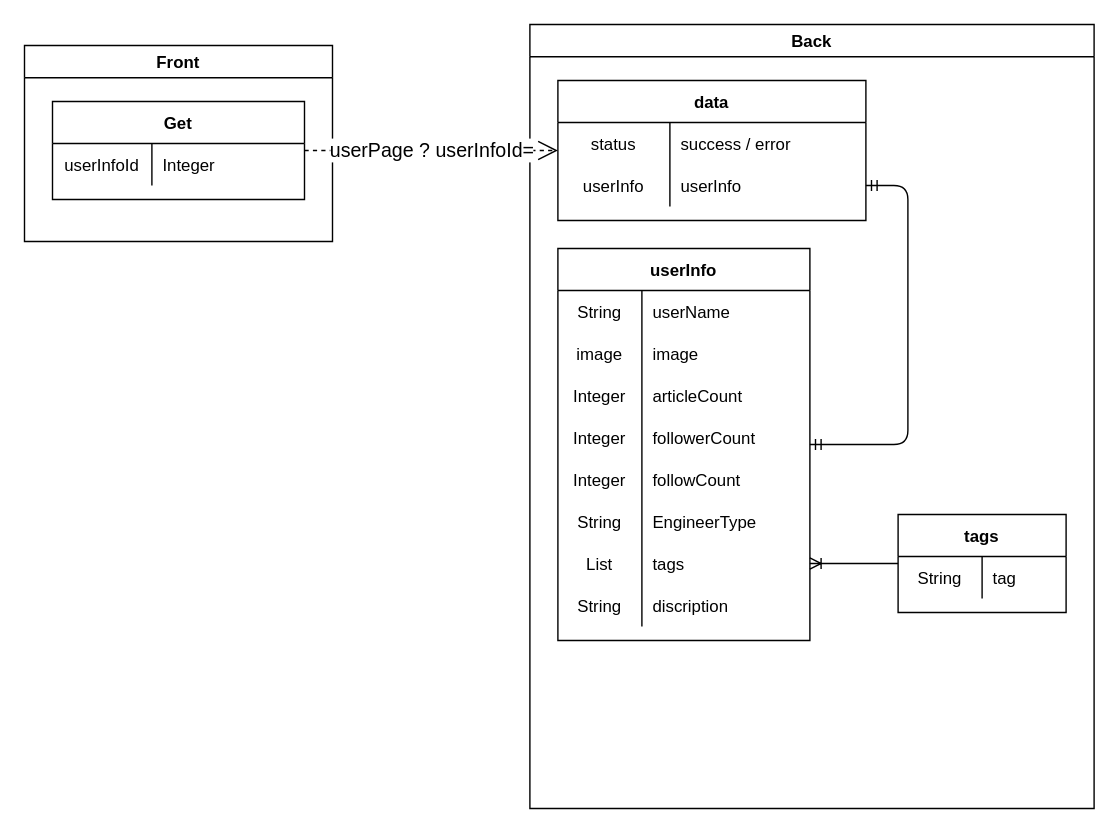
Above: page "マイページ表示" (4 of 17) of Designs/基本設計.drawio in yusuke-rakus/Qiish (draw.io), before the change. Source tidied: cells renumbered, new cells numbered last; positions are measured from the earlier drawing's top-left corner, leaving out a move shared by most shapes. Both pictures are drawn from the tidied source at 140%, with x=0, y=0 at pixel (24, 24).
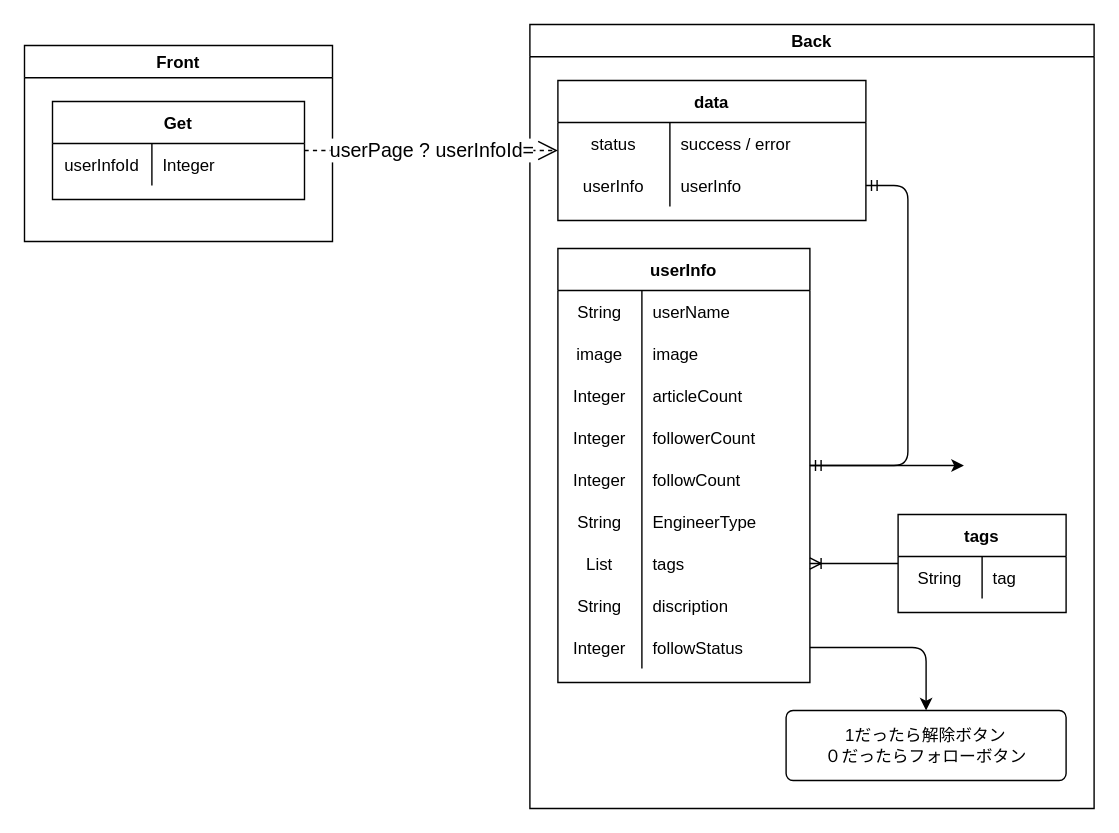
The same page after the edit.

The change refers to these unchanged cells:
```xml
<mxCell id="7" value="Back" style="swimlane;" parent="1" vertex="1">
  <mxGeometry x="361" width="403" height="560" as="geometry" />
</mxCell>
```

The edit, as a diff of the source:
```diff
@@
     <mxCell id="15" value="userInfo" style="shape=table;startSize=30;childLayout=tableLayout;rowLines=0;fontStyle=1;align=center;" parent="7" vertex="1">
-      <mxGeometry x="20" y="160" width="180" height="280" as="geometry" />
+      <mxGeometry x="20" y="160" width="180" height="310" as="geometry" />
     </mxCell>
@@
+    <mxCell id="47" style="shape=partialRectangle;fillColor=none;top=0;left=0;bottom=0;right=0;points=[[0,0.5],[1,0.5]];portConstraint=eastwest;" parent="15" vertex="1">
+      <mxGeometry y="270" width="180" height="30" as="geometry" />
+    </mxCell>
+    <mxCell id="48" value="Integer" style="shape=partialRectangle;fillColor=none;top=0;left=0;bottom=0;right=0;overflow=hidden;" parent="47" vertex="1">
+      <mxGeometry width="60" height="30" as="geometry" />
+    </mxCell>
+    <mxCell id="49" value="followStatus" style="shape=partialRectangle;fillColor=none;top=0;left=0;bottom=0;right=0;align=left;spacingLeft=6;overflow=hidden;" parent="47" vertex="1">
+      <mxGeometry x="60" width="120" height="30" as="geometry" />
+    </mxCell>
@@
+    <mxCell id="50" value="1だったら解除ボタン&lt;br&gt;０だったらフォローボタン" style="rounded=1;arcSize=10;whiteSpace=wrap;html=1;align=center;" parent="7" vertex="1">
+      <mxGeometry x="183" y="490" width="200" height="50" as="geometry" />
+    </mxCell>
+    <mxCell id="51" style="edgeStyle=orthogonalEdgeStyle;html=1;exitX=1;exitY=0.5;exitDx=0;exitDy=0;" parent="7" edge="1" source="47" target="50">
+      <mxGeometry relative="1" as="geometry" />
+    </mxCell>
@@
+    <mxCell id="52" style="edgeStyle=orthogonalEdgeStyle;html=1;" parent="1" edge="1" source="15">
+      <mxGeometry relative="1" as="geometry">
+        <mxPoint x="671" y="315" as="targetPoint" />
+      </mxGeometry>
+    </mxCell>
```
